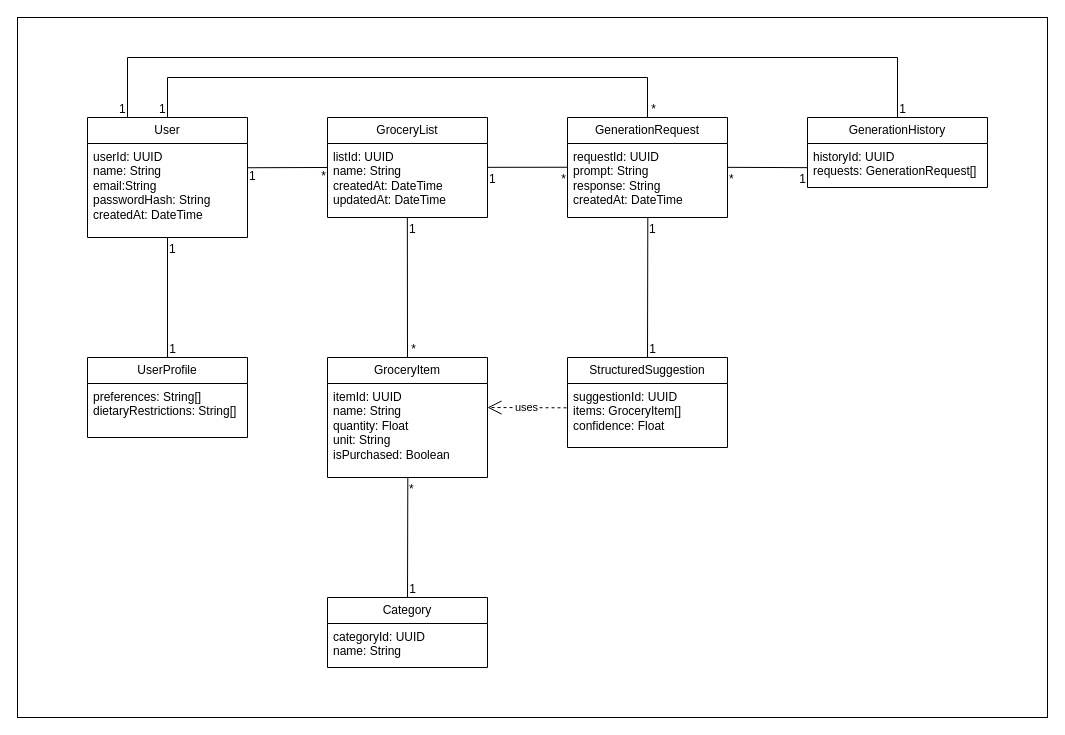
Earlier version of the draw.io diagram documentation/ClassDiagram.drawio (AET-DevOps26/team-bytebite). Source tidied: cells renumbered, new cells numbered last; positions are measured from the earlier drawing's top-left corner, leaving out a move shared by most shapes. Both pictures are drawn from the tidied source at 100%, with x=0, y=0 at pixel (17, 17).
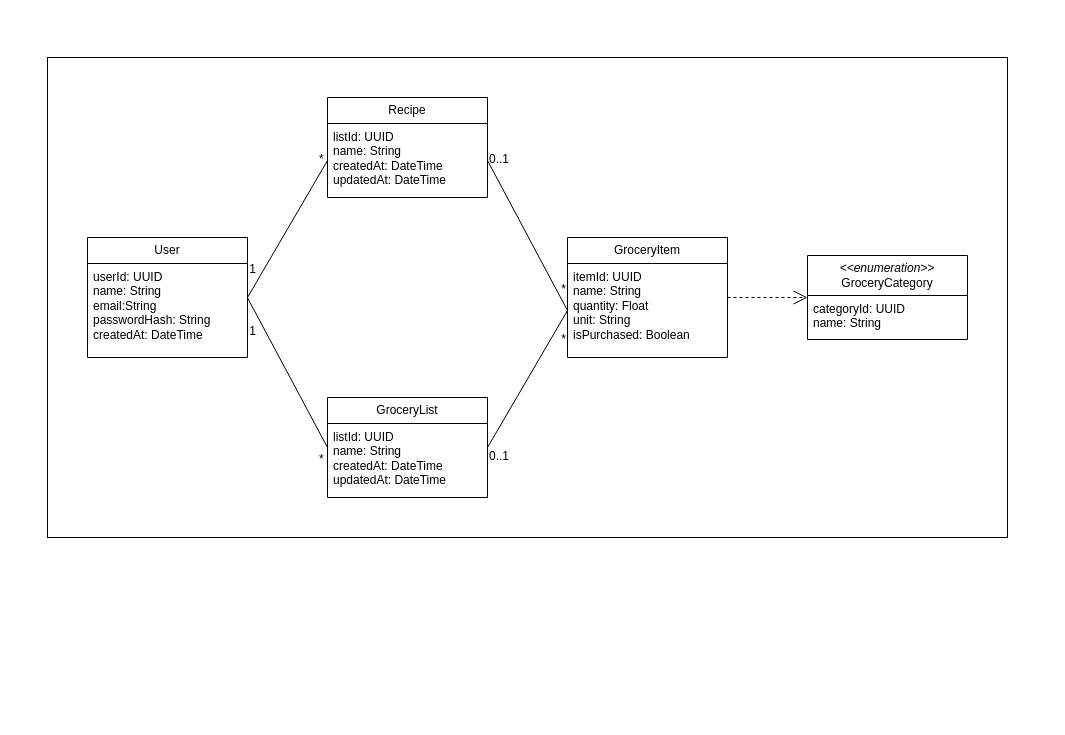
After the change.

The change refers to these unchanged cells:
```xml
<mxCell id="4" value="userId: UUID&lt;div&gt;name: String&lt;/div&gt;&lt;div&gt;email:String&lt;/div&gt;&lt;div&gt;passwordHash: String&lt;/div&gt;&lt;div&gt;createdAt: DateTime&lt;/div&gt;" style="text;strokeColor=none;fillColor=none;align=left;verticalAlign=top;spacingLeft=4;spacingRight=4;overflow=hidden;points=[[0,0.5],[1,0.5]];portConstraint=eastwest;whiteSpace=wrap;html=1;" parent="3" vertex="1">
  <mxGeometry y="26" width="160" height="94" as="geometry" />
</mxCell>
<mxCell id="9" value="itemId: UUID&lt;div&gt;name: String&lt;/div&gt;&lt;div&gt;quantity: Float&lt;/div&gt;&lt;div&gt;unit: String&lt;/div&gt;&lt;div&gt;isPurchased: Boolean&lt;/div&gt;" style="text;strokeColor=none;fillColor=none;align=left;verticalAlign=top;spacingLeft=4;spacingRight=4;overflow=hidden;points=[[0,0.5],[1,0.5]];portConstraint=eastwest;whiteSpace=wrap;html=1;" parent="8" vertex="1">
  <mxGeometry y="26" width="160" height="94" as="geometry" />
</mxCell>
```

The edit, as a diff of the source:
```diff
@@
-    <mxCell id="2" style="rounded=0;whiteSpace=wrap;html=1;" parent="1" vertex="1">
-      <mxGeometry width="1030" height="700" as="geometry" />
-    </mxCell>
+    <mxCell id="47" style="rounded=0;whiteSpace=wrap;html=1;" parent="1" vertex="1">
+      <mxGeometry x="30" y="40" width="960" height="480" as="geometry" />
+    </mxCell>
     <mxCell id="3" value="User" style="swimlane;fontStyle=0;horizontal=1;startSize=26;fillColor=none;whiteSpace=wrap;html=1;" parent="1" vertex="1">
-      <mxGeometry x="70" y="100" width="160" height="120" as="geometry" />
+      <mxGeometry x="70" y="220" width="160" height="120" as="geometry" />
     </mxCell>
@@
-    <mxCell id="5" value="UserProfile" style="swimlane;fontStyle=0;horizontal=1;startSize=26;fillColor=none;whiteSpace=wrap;html=1;" parent="1" vertex="1">
-      <mxGeometry x="70" y="340" width="160" height="80" as="geometry" />
-    </mxCell>
-    <mxCell id="6" value="&lt;div&gt;preferences: String[]&lt;/div&gt;&lt;div&gt;dietaryRestrictions: String[]&lt;/div&gt;" style="text;strokeColor=none;fillColor=none;align=left;verticalAlign=top;spacingLeft=4;spacingRight=4;overflow=hidden;whiteSpace=wrap;html=1;" parent="5" vertex="1">
-      <mxGeometry y="26" width="160" height="54" as="geometry" />
-    </mxCell>
     <mxCell id="7" value="GroceryList" style="swimlane;fontStyle=0;horizontal=1;startSize=26;fillColor=none;whiteSpace=wrap;html=1;" parent="1" vertex="1">
-      <mxGeometry x="310" y="100" width="160" height="100" as="geometry" />
+      <mxGeometry x="310" y="380" width="160" height="100" as="geometry" />
     </mxCell>
+    <mxCell id="18" value="listId: UUID&lt;div&gt;name: String&lt;/div&gt;&lt;div&gt;createdAt: DateTime&lt;/div&gt;&lt;div&gt;updatedAt: DateTime&lt;/div&gt;" style="text;strokeColor=none;fillColor=none;align=left;verticalAlign=top;spacingLeft=4;spacingRight=4;overflow=hidden;points=[[0,0.5],[1,0.5]];portConstraint=eastwest;whiteSpace=wrap;html=1;" parent="7" vertex="1">
+      <mxGeometry y="26" width="160" height="74" as="geometry" />
+    </mxCell>
     <mxCell id="8" value="GroceryItem" style="swimlane;fontStyle=0;horizontal=1;startSize=26;fillColor=none;whiteSpace=wrap;html=1;" parent="1" vertex="1">
-      <mxGeometry x="310" y="340" width="160" height="120" as="geometry" />
+      <mxGeometry x="550" y="220" width="160" height="120" as="geometry" />
     </mxCell>
@@
-    <mxCell id="10" value="Category" style="swimlane;fontStyle=0;horizontal=1;startSize=26;fillColor=none;whiteSpace=wrap;html=1;" parent="1" vertex="1">
-      <mxGeometry x="310" y="580" width="160" height="70" as="geometry" />
+    <mxCell id="10" value="&lt;div&gt;&lt;i&gt;&amp;lt;&amp;lt;enumeration&amp;gt;&amp;gt;&lt;/i&gt;&lt;/div&gt;GroceryCategory" style="swimlane;fontStyle=0;horizontal=1;startSize=40;fillColor=none;whiteSpace=wrap;html=1;" parent="1" vertex="1">
+      <mxGeometry x="790" y="238" width="160" height="84" as="geometry" />
     </mxCell>
     <mxCell id="11" value="categoryId: UUID&lt;div&gt;name: String&lt;br&gt;&lt;/div&gt;" style="text;strokeColor=none;fillColor=none;align=left;verticalAlign=top;spacingLeft=4;spacingRight=4;overflow=hidden;whiteSpace=wrap;html=1;" parent="10" vertex="1">
-      <mxGeometry y="26" width="160" height="44" as="geometry" />
+      <mxGeometry y="40" width="160" height="44" as="geometry" />
     </mxCell>
-    <mxCell id="12" style="endArrow=none;html=1;rounded=0;entryX=0.5;entryY=0;entryDx=0;entryDy=0;" parent="1" edge="1" target="5">
-      <mxGeometry relative="1" as="geometry">
-        <mxPoint x="150" y="220" as="sourcePoint" />
-      </mxGeometry>
-    </mxCell>
-    <mxCell id="13" value="1" style="html=1;whiteSpace=wrap;align=left;verticalAlign=bottom;" parent="12" vertex="1">
-      <mxGeometry x="-1" relative="1" as="geometry">
-        <mxPoint y="20" as="offset" />
-      </mxGeometry>
-    </mxCell>
-    <mxCell id="14" value="1" style="html=1;whiteSpace=wrap;align=right;verticalAlign=bottom;" parent="12" vertex="1">
-      <mxGeometry x="1" relative="1" as="geometry">
-        <mxPoint x="10" as="offset" />
-      </mxGeometry>
-    </mxCell>
-    <mxCell id="15" style="endArrow=none;html=1;rounded=0;exitX=0.999;exitY=0.258;exitDx=0;exitDy=0;exitPerimeter=0;entryX=-0.001;entryY=0.324;entryDx=0;entryDy=0;entryPerimeter=0;" parent="1" edge="1" source="4" target="18">
-      <mxGeometry relative="1" as="geometry" />
+    <mxCell id="15" style="endArrow=none;html=1;rounded=0;exitX=0.999;exitY=0.258;exitDx=0;exitDy=0;exitPerimeter=0;entryX=0;entryY=0.5;entryDx=0;entryDy=0;" parent="1" edge="1" target="7">
+      <mxGeometry relative="1" as="geometry">
+        <mxPoint x="230" y="280.3" as="sourcePoint" />
+      </mxGeometry>
     </mxCell>
-    <mxCell id="16" value="1" style="html=1;whiteSpace=wrap;align=left;verticalAlign=bottom;" parent="15" vertex="1">
-      <mxGeometry x="-1" relative="1" as="geometry">
-        <mxPoint y="17" as="offset" />
-      </mxGeometry>
-    </mxCell>
-    <mxCell id="17" value="*" style="html=1;whiteSpace=wrap;align=right;verticalAlign=bottom;" parent="15" vertex="1">
+    <mxCell id="17" style="html=1;whiteSpace=wrap;align=right;verticalAlign=bottom;" parent="15" vertex="1">
       <mxGeometry x="1" relative="1" as="geometry">
         <mxPoint y="17" as="offset" />
       </mxGeometry>
     </mxCell>
-    <mxCell id="18" value="listId: UUID&lt;div&gt;name: String&lt;/div&gt;&lt;div&gt;createdAt: DateTime&lt;/div&gt;&lt;div&gt;updatedAt: DateTime&lt;/div&gt;" style="text;strokeColor=none;fillColor=none;align=left;verticalAlign=top;spacingLeft=4;spacingRight=4;overflow=hidden;points=[[0,0.5],[1,0.5]];portConstraint=eastwest;whiteSpace=wrap;html=1;" parent="1" vertex="1">
-      <mxGeometry x="310" y="126" width="160" height="74" as="geometry" />
-    </mxCell>
-    <mxCell id="19" style="endArrow=none;html=1;rounded=0;entryX=0.5;entryY=0;entryDx=0;entryDy=0;exitX=0.499;exitY=1.003;exitDx=0;exitDy=0;exitPerimeter=0;" parent="1" edge="1" source="18" target="8">
-      <mxGeometry relative="1" as="geometry" />
-    </mxCell>
-    <mxCell id="20" value="1" style="html=1;whiteSpace=wrap;align=left;verticalAlign=bottom;" parent="19" vertex="1">
-      <mxGeometry x="-1" relative="1" as="geometry">
-        <mxPoint y="20" as="offset" />
-      </mxGeometry>
-    </mxCell>
-    <mxCell id="21" value="*" style="html=1;whiteSpace=wrap;align=right;verticalAlign=bottom;" parent="19" vertex="1">
-      <mxGeometry x="1" relative="1" as="geometry">
-        <mxPoint x="10" as="offset" />
-      </mxGeometry>
-    </mxCell>
-    <mxCell id="22" style="endArrow=none;html=1;rounded=0;entryX=0.5;entryY=0;entryDx=0;entryDy=0;exitX=0.502;exitY=0.997;exitDx=0;exitDy=0;exitPerimeter=0;" parent="1" edge="1" source="9" target="10">
+    <mxCell id="22" style="endArrow=none;html=1;rounded=0;exitX=1;exitY=0.5;exitDx=0;exitDy=0;entryX=0;entryY=0.5;entryDx=0;entryDy=0;" parent="1" edge="1" source="49" target="9">
       <mxGeometry relative="1" as="geometry" />
     </mxCell>
-    <mxCell id="23" value="*" style="html=1;whiteSpace=wrap;align=left;verticalAlign=bottom;" parent="22" vertex="1">
+    <mxCell id="23" value="0..1" style="html=1;whiteSpace=wrap;align=left;verticalAlign=bottom;" parent="22" vertex="1">
       <mxGeometry x="-1" relative="1" as="geometry">
-        <mxPoint y="20" as="offset" />
+        <mxPoint y="7" as="offset" />
       </mxGeometry>
     </mxCell>
-    <mxCell id="24" value="1" style="html=1;whiteSpace=wrap;align=right;verticalAlign=bottom;" parent="22" vertex="1">
+    <mxCell id="24" value="*" style="html=1;whiteSpace=wrap;align=right;verticalAlign=bottom;" parent="22" vertex="1">
       <mxGeometry x="1" relative="1" as="geometry">
-        <mxPoint x="10" as="offset" />
+        <mxPoint y="-13" as="offset" />
       </mxGeometry>
     </mxCell>
-    <mxCell id="25" style="endArrow=none;html=1;rounded=0;exitX=1;exitY=0.322;exitDx=0;exitDy=0;exitPerimeter=0;entryX=-0.001;entryY=0.321;entryDx=0;entryDy=0;entryPerimeter=0;" parent="1" edge="1" source="18" target="39">
-      <mxGeometry relative="1" as="geometry" />
-    </mxCell>
-    <mxCell id="26" value="1" style="html=1;whiteSpace=wrap;align=left;verticalAlign=bottom;" parent="25" vertex="1">
-      <mxGeometry x="-1" relative="1" as="geometry">
-        <mxPoint y="20" as="offset" />
-      </mxGeometry>
-    </mxCell>
-    <mxCell id="27" value="*" style="html=1;whiteSpace=wrap;align=right;verticalAlign=bottom;" parent="25" vertex="1">
-      <mxGeometry x="1" relative="1" as="geometry">
-        <mxPoint y="20" as="offset" />
-      </mxGeometry>
-    </mxCell>
-    <mxCell id="28" style="endArrow=none;html=1;rounded=0;entryX=0.5;entryY=0;entryDx=0;entryDy=0;exitX=0.5;exitY=0;exitDx=0;exitDy=0;" parent="1" edge="1" source="3">
-      <mxGeometry relative="1" as="geometry">
-        <mxPoint x="630" y="100" as="targetPoint" />
-        <Array as="points">
-          <mxPoint x="150" y="60" />
-          <mxPoint x="630" y="60" />
-        </Array>
-      </mxGeometry>
-    </mxCell>
-    <mxCell id="29" value="1" style="html=1;whiteSpace=wrap;align=left;verticalAlign=bottom;" parent="28" vertex="1">
-      <mxGeometry x="-1" relative="1" as="geometry">
-        <mxPoint x="-10" as="offset" />
-      </mxGeometry>
-    </mxCell>
-    <mxCell id="30" value="*" style="html=1;whiteSpace=wrap;align=right;verticalAlign=bottom;" parent="28" vertex="1">
-      <mxGeometry x="1" relative="1" as="geometry">
-        <mxPoint x="10" as="offset" />
-      </mxGeometry>
-    </mxCell>
-    <mxCell id="31" value="StructuredSuggestion" style="swimlane;fontStyle=0;horizontal=1;startSize=26;fillColor=none;whiteSpace=wrap;html=1;" parent="1" vertex="1">
-      <mxGeometry x="550" y="340" width="160" height="90" as="geometry" />
-    </mxCell>
-    <mxCell id="32" value="&lt;div&gt;suggestionId: UUID&lt;/div&gt;&lt;div&gt;items: GroceryItem[]&lt;/div&gt;&lt;div&gt;confidence: Float&lt;/div&gt;" style="text;strokeColor=none;fillColor=none;align=left;verticalAlign=top;spacingLeft=4;spacingRight=4;overflow=hidden;points=[[0,0.5],[1,0.5]];portConstraint=eastwest;whiteSpace=wrap;html=1;" parent="31" vertex="1">
-      <mxGeometry y="26" width="160" height="64" as="geometry" />
-    </mxCell>
-    <mxCell id="33" value="GenerationHistory" style="swimlane;fontStyle=0;horizontal=1;startSize=26;fillColor=none;whiteSpace=wrap;html=1;" parent="1" vertex="1">
-      <mxGeometry x="790" y="100" width="180" height="70" as="geometry" />
-    </mxCell>
-    <mxCell id="34" value="historyId: UUID&lt;div&gt;requests: GenerationRequest[]&lt;/div&gt;" style="text;strokeColor=none;fillColor=none;align=left;verticalAlign=top;spacingLeft=4;spacingRight=4;overflow=hidden;points=[[0,0.5],[1,0.5]];portConstraint=eastwest;whiteSpace=wrap;html=1;" parent="33" vertex="1">
-      <mxGeometry y="26" width="180" height="44" as="geometry" />
-    </mxCell>
-    <mxCell id="35" style="endArrow=none;html=1;rounded=0;entryX=0.5;entryY=0;entryDx=0;entryDy=0;exitX=0.502;exitY=1.002;exitDx=0;exitDy=0;exitPerimeter=0;" parent="1" edge="1" source="39" target="31">
-      <mxGeometry relative="1" as="geometry" />
-    </mxCell>
-    <mxCell id="36" value="1" style="html=1;whiteSpace=wrap;align=left;verticalAlign=bottom;" parent="35" vertex="1">
-      <mxGeometry x="-1" relative="1" as="geometry">
-        <mxPoint y="20" as="offset" />
-      </mxGeometry>
-    </mxCell>
-    <mxCell id="37" value="1" style="html=1;whiteSpace=wrap;align=right;verticalAlign=bottom;" parent="35" vertex="1">
-      <mxGeometry x="1" relative="1" as="geometry">
-        <mxPoint x="10" as="offset" />
-      </mxGeometry>
-    </mxCell>
-    <mxCell id="38" value="GenerationRequest" style="swimlane;fontStyle=0;horizontal=1;startSize=26;fillColor=none;whiteSpace=wrap;html=1;" parent="1" vertex="1">
-      <mxGeometry x="550" y="100" width="160" height="100" as="geometry" />
-    </mxCell>
-    <mxCell id="39" value="requestId: UUID&lt;div&gt;prompt: String&lt;/div&gt;&lt;div&gt;response: String&lt;/div&gt;&lt;div&gt;createdAt: DateTime&lt;/div&gt;" style="text;strokeColor=none;fillColor=none;align=left;verticalAlign=top;spacingLeft=4;spacingRight=4;overflow=hidden;points=[[0,0.5],[1,0.5]];portConstraint=eastwest;whiteSpace=wrap;html=1;" parent="38" vertex="1">
-      <mxGeometry y="26" width="160" height="74" as="geometry" />
-    </mxCell>
-    <mxCell id="40" style="endArrow=none;html=1;rounded=0;entryX=0;entryY=0.549;entryDx=0;entryDy=0;entryPerimeter=0;exitX=0.999;exitY=0.322;exitDx=0;exitDy=0;exitPerimeter=0;" parent="1" edge="1" source="39" target="34">
-      <mxGeometry relative="1" as="geometry" />
-    </mxCell>
-    <mxCell id="41" value="*" style="html=1;whiteSpace=wrap;align=left;verticalAlign=bottom;" parent="40" vertex="1">
-      <mxGeometry x="-1" relative="1" as="geometry">
-        <mxPoint y="20" as="offset" />
-      </mxGeometry>
-    </mxCell>
-    <mxCell id="42" value="1" style="html=1;whiteSpace=wrap;align=right;verticalAlign=bottom;" parent="40" vertex="1">
-      <mxGeometry x="1" relative="1" as="geometry">
-        <mxPoint y="20" as="offset" />
-      </mxGeometry>
-    </mxCell>
-    <mxCell id="43" style="endArrow=none;html=1;rounded=0;exitX=0.25;exitY=0;exitDx=0;exitDy=0;entryX=0.5;entryY=0;entryDx=0;entryDy=0;" parent="1" edge="1" source="3" target="33">
-      <mxGeometry relative="1" as="geometry">
-        <Array as="points">
-          <mxPoint x="110" y="40" />
-          <mxPoint x="880" y="40" />
-        </Array>
-      </mxGeometry>
-    </mxCell>
-    <mxCell id="44" value="1" style="html=1;whiteSpace=wrap;align=left;verticalAlign=bottom;" parent="43" vertex="1">
-      <mxGeometry x="-1" relative="1" as="geometry">
-        <mxPoint x="-10" as="offset" />
-      </mxGeometry>
-    </mxCell>
-    <mxCell id="45" value="1" style="html=1;whiteSpace=wrap;align=right;verticalAlign=bottom;" parent="43" vertex="1">
-      <mxGeometry x="1" relative="1" as="geometry">
-        <mxPoint x="10" as="offset" />
-      </mxGeometry>
-    </mxCell>
-    <mxCell id="46" value="uses" style="endArrow=open;endSize=12;dashed=1;html=1;rounded=0;exitX=-0.006;exitY=0.38;exitDx=0;exitDy=0;exitPerimeter=0;" parent="1" edge="1" source="32">
-      <mxGeometry relative="1" as="geometry">
-        <mxPoint x="470" y="390" as="targetPoint" />
-      </mxGeometry>
-    </mxCell>
+    <mxCell id="48" value="Recipe" style="swimlane;fontStyle=0;horizontal=1;startSize=26;fillColor=none;whiteSpace=wrap;html=1;" parent="1" vertex="1">
+      <mxGeometry x="310" y="80" width="160" height="100" as="geometry" />
+    </mxCell>
+    <mxCell id="49" value="listId: UUID&lt;div&gt;name: String&lt;/div&gt;&lt;div&gt;createdAt: DateTime&lt;/div&gt;&lt;div&gt;updatedAt: DateTime&lt;/div&gt;" style="text;strokeColor=none;fillColor=none;align=left;verticalAlign=top;spacingLeft=4;spacingRight=4;overflow=hidden;points=[[0,0.5],[1,0.5]];portConstraint=eastwest;whiteSpace=wrap;html=1;" parent="48" vertex="1">
+      <mxGeometry y="26" width="160" height="74" as="geometry" />
+    </mxCell>
+    <mxCell id="50" style="endArrow=none;html=1;rounded=0;exitX=1;exitY=0.5;exitDx=0;exitDy=0;entryX=0;entryY=0.5;entryDx=0;entryDy=0;" parent="1" edge="1" source="3" target="49">
+      <mxGeometry relative="1" as="geometry" />
+    </mxCell>
+    <mxCell id="51" style="html=1;whiteSpace=wrap;align=right;verticalAlign=bottom;" parent="50" vertex="1">
+      <mxGeometry x="1" relative="1" as="geometry">
+        <mxPoint y="17" as="offset" />
+      </mxGeometry>
+    </mxCell>
+    <mxCell id="52" style="endArrow=none;html=1;rounded=0;exitX=1;exitY=0.5;exitDx=0;exitDy=0;entryX=0;entryY=0.5;entryDx=0;entryDy=0;" parent="1" edge="1" source="7" target="9">
+      <mxGeometry relative="1" as="geometry" />
+    </mxCell>
+    <mxCell id="53" value="0..1" style="html=1;whiteSpace=wrap;align=left;verticalAlign=bottom;" parent="52" vertex="1">
+      <mxGeometry x="-1" relative="1" as="geometry">
+        <mxPoint y="17" as="offset" />
+      </mxGeometry>
+    </mxCell>
+    <mxCell id="54" value="*" style="html=1;whiteSpace=wrap;align=right;verticalAlign=bottom;" parent="52" vertex="1">
+      <mxGeometry x="1" relative="1" as="geometry">
+        <mxPoint y="37" as="offset" />
+      </mxGeometry>
+    </mxCell>
+    <mxCell id="55" value="1" style="html=1;whiteSpace=wrap;align=right;verticalAlign=bottom;" parent="1" vertex="1">
+      <mxGeometry x="240" y="260" as="geometry" />
+    </mxCell>
+    <mxCell id="56" value="*" style="html=1;whiteSpace=wrap;align=left;verticalAlign=bottom;" parent="1" vertex="1">
+      <mxGeometry x="300" y="150" as="geometry" />
+    </mxCell>
+    <mxCell id="57" value="1" style="html=1;whiteSpace=wrap;align=right;verticalAlign=bottom;" parent="1" vertex="1">
+      <mxGeometry x="240" y="322" as="geometry" />
+    </mxCell>
+    <mxCell id="58" value="*" style="html=1;whiteSpace=wrap;align=left;verticalAlign=bottom;" parent="1" vertex="1">
+      <mxGeometry x="300" y="450" as="geometry" />
+    </mxCell>
+    <mxCell id="59" style="endArrow=open;endSize=12;dashed=1;html=1;rounded=0;entryX=0;entryY=0.5;entryDx=0;entryDy=0;exitX=1;exitY=0.5;exitDx=0;exitDy=0;" parent="1" edge="1" source="8" target="10">
+      <mxGeometry relative="1" as="geometry" />
+    </mxCell>
```
